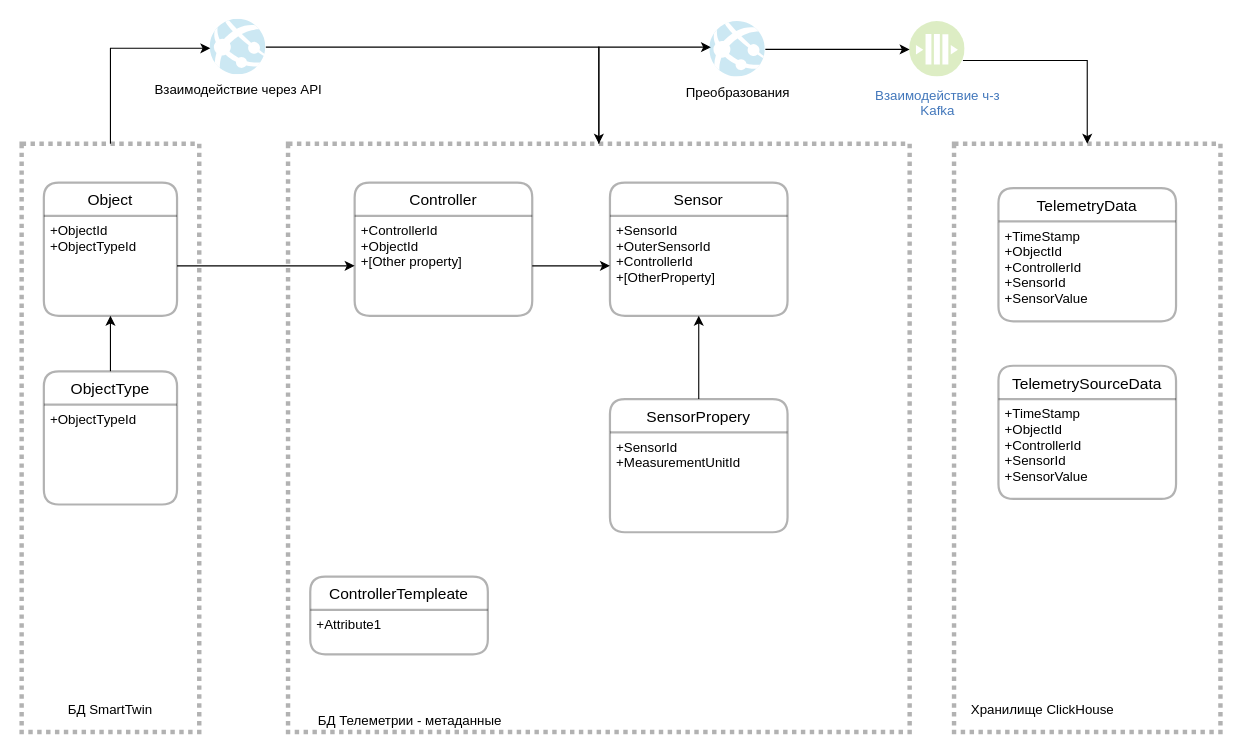
aaf1974/ProjectDiagram keeps this draw.io diagram as page "Данные" (2 of 4) of ST.Telemetry.drawio. Above is the earlier version. Source tidied: cells renumbered, new cells numbered last; positions are measured from the earlier drawing's top-left corner, leaving out a move shared by most shapes. Both pictures are drawn from the tidied source at 111%, with x=0, y=0 at pixel (21, 19).
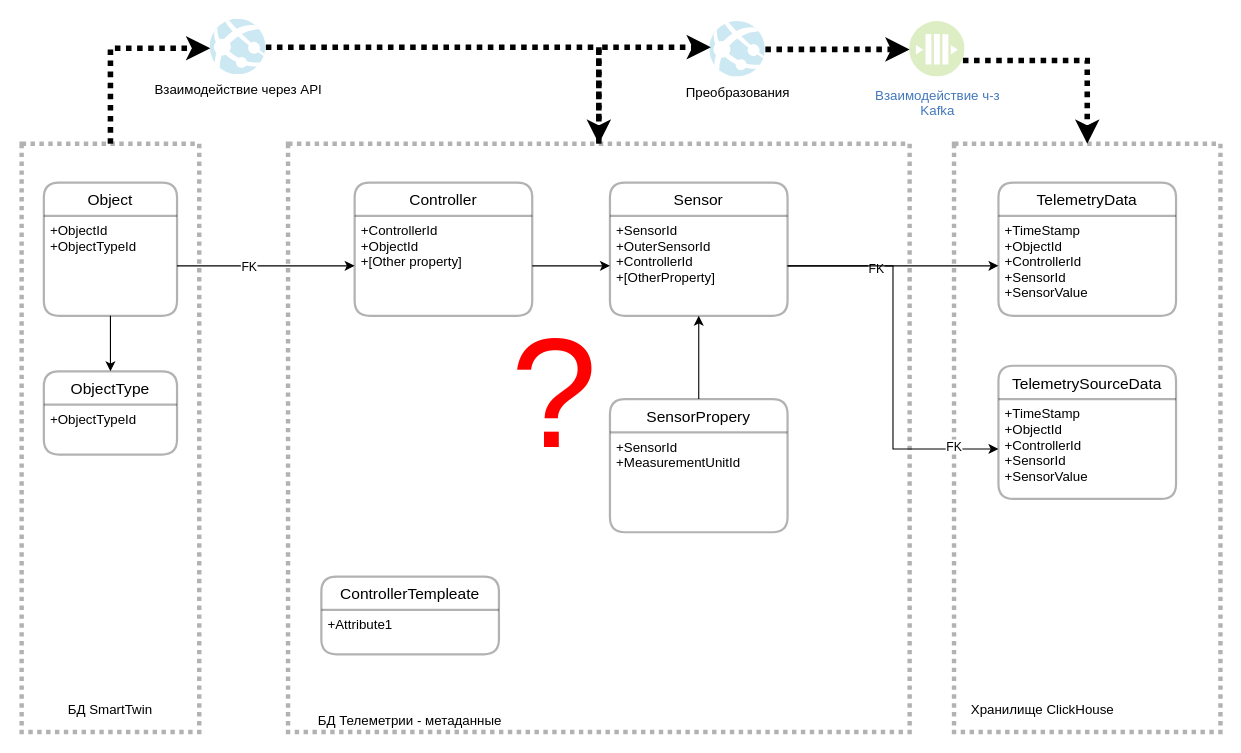
The same diagram, later.

The change refers to these unchanged cells:
```xml
<mxCell id="3" style="rounded=0;whiteSpace=wrap;html=1;dashed=1;dashPattern=1 1;fontSize=12;strokeWidth=4;gradientColor=none;opacity=30;" parent="1" vertex="1">
  <mxGeometry y="112" width="160" height="530" as="geometry" />
</mxCell>
<mxCell id="4" style="rounded=0;whiteSpace=wrap;html=1;dashed=1;dashPattern=1 1;fontSize=12;strokeWidth=4;gradientColor=none;opacity=30;" parent="1" vertex="1">
  <mxGeometry x="840" y="112" width="240" height="530" as="geometry" />
</mxCell>
<mxCell id="6" value="+TimeStamp&#10;+ObjectId&#10;+ControllerId&#10;+SensorId&#10;+SensorValue" style="align=left;strokeColor=none;fillColor=none;spacingLeft=4;fontSize=12;verticalAlign=top;" parent="5" vertex="1">
  <mxGeometry y="30" width="160" height="90" as="geometry" />
</mxCell>
<mxCell id="7" value="Object" style="swimlane;horizontal=1;startSize=30;rounded=1;fontSize=14;fontStyle=0;strokeWidth=2;shadow=0;dashed=0;align=center;dashPattern=1 1;gradientColor=none;opacity=30;" parent="1" vertex="1">
  <mxGeometry x="20" y="147" width="120" height="120" as="geometry" />
</mxCell>
<mxCell id="8" value="+ObjectId&#10;+ObjectTypeId&#10;" style="align=left;strokeColor=none;fillColor=none;spacingLeft=4;fontSize=12;verticalAlign=top;" parent="7" vertex="1">
  <mxGeometry y="30" width="120" height="90" as="geometry" />
</mxCell>
<mxCell id="14" style="rounded=0;whiteSpace=wrap;html=1;dashed=1;dashPattern=1 1;fontSize=12;strokeWidth=4;gradientColor=none;opacity=30;" parent="1" vertex="1">
  <mxGeometry x="240" y="112" width="560" height="530" as="geometry" />
</mxCell>
<mxCell id="16" value="+SensorId&#10;+OuterSensorId&#10;+ControllerId&#10;+[OtherProperty]" style="align=left;strokeColor=none;fillColor=none;spacingLeft=4;fontSize=12;verticalAlign=top;" parent="15" vertex="1">
  <mxGeometry y="30" width="160" height="90" as="geometry" />
</mxCell>
<mxCell id="20" style="edgeStyle=orthogonalEdgeStyle;rounded=0;jettySize=auto;html=1;fontSize=12;" parent="1" edge="1" source="8" target="19">
  <mxGeometry relative="1" as="geometry" />
</mxCell>
<mxCell id="27" value="Взаимодействие через API" style="html=1;points=[];align=center;image;fontSize=12;image=img/lib/mscae/App_Services.svg;strokeWidth=5;gradientColor=none;opacity=30;" parent="1" vertex="1">
  <mxGeometry x="170" width="50" height="50" as="geometry" />
</mxCell>
<mxCell id="29" value="Взаимодействие ч-з &lt;br&gt;Kafka" style="perimeter=ellipsePerimeter;html=1;align=center;shadow=0;dashed=0;fontColor=#4277BB;labelBackgroundColor=#ffffff;fontSize=12;spacingTop=3;image;image=img/lib/ibm/blockchain/message_bus.svg;strokeWidth=5;gradientColor=none;opacity=30;" parent="1" vertex="1">
  <mxGeometry x="800" y="2" width="50" height="50" as="geometry" />
</mxCell>
<mxCell id="33" value="Преобразования" style="html=1;points=[];align=center;image;fontSize=12;image=img/lib/mscae/App_Services.svg;strokeWidth=5;gradientColor=none;opacity=30;" parent="1" vertex="1">
  <mxGeometry x="620" y="2" width="50" height="50" as="geometry" />
</mxCell>
<mxCell id="35" value="+TimeStamp&#10;+ObjectId&#10;+ControllerId&#10;+SensorId&#10;+SensorValue" style="align=left;strokeColor=none;fillColor=none;spacingLeft=4;fontSize=12;verticalAlign=top;" parent="34" vertex="1">
  <mxGeometry y="30" width="160" height="90" as="geometry" />
</mxCell>
```

The edit, as a diff of the source:
```diff
@@
-    <mxCell id="2" style="edgeStyle=orthogonalEdgeStyle;rounded=0;jettySize=auto;html=1;entryX=0;entryY=0.52;entryDx=0;entryDy=0;entryPerimeter=0;fontSize=12;exitX=0.5;exitY=0;exitDx=0;exitDy=0;" parent="1" edge="1" source="3" target="27">
+    <mxCell id="2" style="edgeStyle=orthogonalEdgeStyle;rounded=0;jettySize=auto;html=1;entryX=0;entryY=0.52;entryDx=0;entryDy=0;entryPerimeter=0;fontSize=12;exitX=0.5;exitY=0;exitDx=0;exitDy=0;dashed=1;dashPattern=1 1;strokeWidth=5;" parent="1" edge="1" source="3" target="27">
       <mxGeometry relative="1" as="geometry" />
     </mxCell>
@@
     <mxCell id="5" value="TelemetryData" style="swimlane;horizontal=1;startSize=30;rounded=1;fontSize=14;fontStyle=0;strokeWidth=2;shadow=0;dashed=0;align=center;dashPattern=1 1;gradientColor=none;opacity=30;" parent="1" vertex="1">
-      <mxGeometry x="880" y="152" width="160" height="120" as="geometry" />
+      <mxGeometry x="880" y="147" width="160" height="120" as="geometry" />
     </mxCell>
@@
+    <mxCell id="36" style="edgeStyle=orthogonalEdgeStyle;rounded=0;jettySize=auto;html=1;strokeWidth=1;" parent="1" edge="1" source="7" target="10">
+      <mxGeometry relative="1" as="geometry" />
+    </mxCell>
@@
-    <mxCell id="9" style="edgeStyle=orthogonalEdgeStyle;rounded=0;jettySize=auto;html=1;fontSize=12;" parent="1" edge="1" source="10" target="8">
-      <mxGeometry relative="1" as="geometry" />
-    </mxCell>
     <mxCell id="10" value="ObjectType" style="swimlane;horizontal=1;startSize=30;rounded=1;fontSize=14;fontStyle=0;strokeWidth=2;shadow=0;dashed=0;align=center;dashPattern=1 1;gradientColor=none;opacity=30;" parent="1" vertex="1">
-      <mxGeometry x="20" y="317" width="120" height="120" as="geometry" />
+      <mxGeometry x="20" y="317" width="120" height="75" as="geometry" />
     </mxCell>
     <mxCell id="11" value="+ObjectTypeId&#10;" style="align=left;strokeColor=none;fillColor=none;spacingLeft=4;fontSize=12;verticalAlign=top;" parent="10" vertex="1">
-      <mxGeometry y="30" width="120" height="90" as="geometry" />
+      <mxGeometry y="30" width="120" height="45" as="geometry" />
     </mxCell>
-    <mxCell id="12" style="edgeStyle=orthogonalEdgeStyle;rounded=0;jettySize=auto;html=1;entryX=0;entryY=0.5;entryDx=0;entryDy=0;fontSize=12;startArrow=none;" parent="1" edge="1" source="33" target="29">
+    <mxCell id="12" style="edgeStyle=orthogonalEdgeStyle;rounded=0;jettySize=auto;html=1;entryX=0;entryY=0.5;entryDx=0;entryDy=0;fontSize=12;startArrow=none;dashed=1;dashPattern=1 1;strokeWidth=5;" parent="1" edge="1" source="33" target="29">
       <mxGeometry relative="1" as="geometry" />
     </mxCell>
-    <mxCell id="13" style="edgeStyle=orthogonalEdgeStyle;rounded=0;jettySize=auto;html=1;entryX=0.02;entryY=0.46;entryDx=0;entryDy=0;entryPerimeter=0;fontSize=12;" parent="1" edge="1" source="14" target="33">
+    <mxCell id="13" style="edgeStyle=orthogonalEdgeStyle;rounded=0;jettySize=auto;html=1;entryX=0.02;entryY=0.46;entryDx=0;entryDy=0;entryPerimeter=0;fontSize=12;dashed=1;dashPattern=1 1;strokeWidth=5;" parent="1" edge="1" source="14" target="33">
       <mxGeometry relative="1" as="geometry" />
     </mxCell>
@@
+    <mxCell id="37" value="FK" style="edgeLabel;html=1;align=center;verticalAlign=middle;" parent="20" vertex="1">
+      <mxGeometry x="-0.2" relative="1" as="geometry" />
+    </mxCell>
@@
     <mxCell id="24" value="ControllerTempleate" style="swimlane;horizontal=1;startSize=30;rounded=1;fontSize=14;fontStyle=0;strokeWidth=2;shadow=0;dashed=0;align=center;dashPattern=1 1;gradientColor=none;opacity=30;" parent="1" vertex="1">
-      <mxGeometry x="260" y="502" width="160" height="70" as="geometry" />
+      <mxGeometry x="270" y="502" width="160" height="70" as="geometry" />
     </mxCell>
@@
-    <mxCell id="26" style="edgeStyle=orthogonalEdgeStyle;rounded=0;jettySize=auto;html=1;fontSize=12;" parent="1" edge="1" source="27" target="14">
+    <mxCell id="26" style="edgeStyle=orthogonalEdgeStyle;rounded=0;jettySize=auto;html=1;fontSize=12;dashed=1;dashPattern=1 1;strokeWidth=5;" parent="1" edge="1" source="27" target="14">
       <mxGeometry relative="1" as="geometry" />
     </mxCell>
@@
-    <mxCell id="28" style="edgeStyle=orthogonalEdgeStyle;rounded=0;jettySize=auto;html=1;fontSize=12;" parent="1" edge="1" target="4">
+    <mxCell id="28" style="edgeStyle=orthogonalEdgeStyle;rounded=0;jettySize=auto;html=1;fontSize=12;dashed=1;dashPattern=1 1;strokeWidth=5;" parent="1" edge="1" target="4">
       <mxGeometry relative="1" as="geometry">
         <mxPoint x="848" y="37" as="sourcePoint" />
         <Array as="points">
           <mxPoint x="960" y="37" />
         </Array>
       </mxGeometry>
     </mxCell>
@@
+    <mxCell id="38" value="&lt;font style=&quot;font-size: 140px&quot; color=&quot;#ff0000&quot;&gt;?&lt;/font&gt;" style="text;html=1;strokeColor=none;fillColor=none;align=center;verticalAlign=middle;whiteSpace=wrap;rounded=0;" parent="1" vertex="1">
+      <mxGeometry x="450" y="172" width="60" height="330" as="geometry" />
+    </mxCell>
+    <mxCell id="39" style="edgeStyle=orthogonalEdgeStyle;rounded=0;jettySize=auto;html=1;strokeWidth=1;" parent="1" edge="1" source="16" target="6">
+      <mxGeometry relative="1" as="geometry" />
+    </mxCell>
+    <mxCell id="40" value="FK" style="edgeLabel;html=1;align=center;verticalAlign=middle;" parent="39" vertex="1">
+      <mxGeometry x="-0.17" y="-2" relative="1" as="geometry" />
+    </mxCell>
+    <mxCell id="41" style="edgeStyle=orthogonalEdgeStyle;rounded=0;jettySize=auto;html=1;strokeWidth=1;entryX=0;entryY=0.5;entryDx=0;entryDy=0;" parent="1" edge="1" source="16" target="35">
+      <mxGeometry relative="1" as="geometry" />
+    </mxCell>
+    <mxCell id="42" value="FK" style="edgeLabel;html=1;align=center;verticalAlign=middle;" parent="41" vertex="1">
+      <mxGeometry x="0.77" y="3" relative="1" as="geometry" />
+    </mxCell>
```
